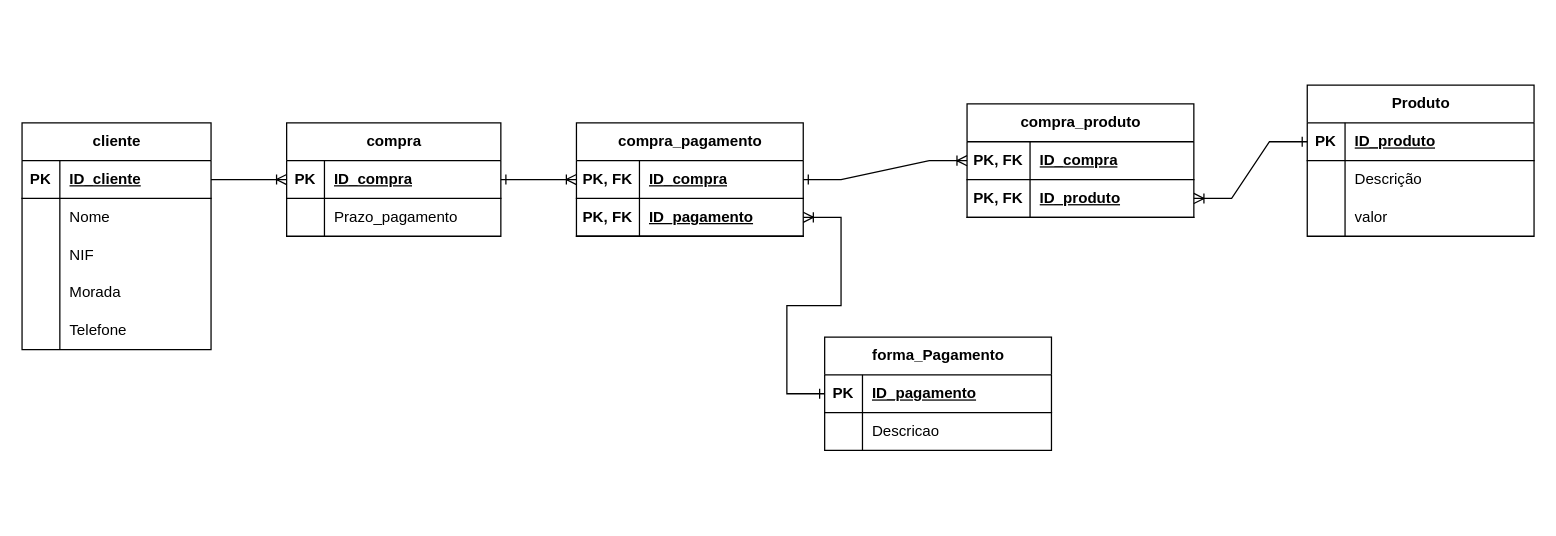
Before: BDC/PL01 next/Ex_02.drawio in AnaCarvalho77/Cesae_SoftwareDeveloper, a draw.io diagram. Source tidied: cells renumbered, new cells numbered last; positions are measured from the earlier drawing's top-left corner, leaving out a move shared by most shapes. Both pictures are drawn from the tidied source at 126%, with x=0, y=0 at pixel (21, 84).
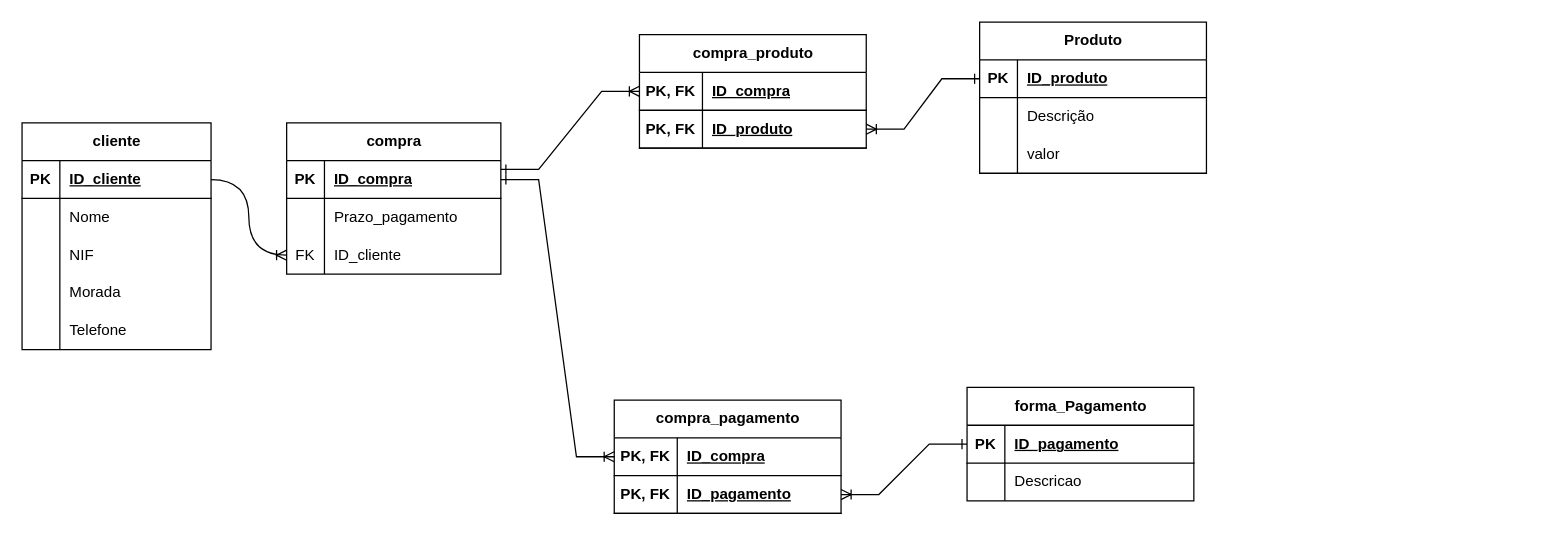
Above is the later version.

Unchanged cells that the change refers to:
```xml
<mxCell id="3" style="shape=tableRow;horizontal=0;startSize=0;swimlaneHead=0;swimlaneBody=0;fillColor=none;points=[[0,0.5],[1,0.5]];portConstraint=eastwest;top=0;left=0;right=0;bottom=1;" parent="2" vertex="1">
  <mxGeometry y="30" width="150" height="30" as="geometry" />
</mxCell>
<mxCell id="19" style="shape=tableRow;horizontal=0;startSize=0;swimlaneHead=0;swimlaneBody=0;fillColor=none;points=[[0,0.5],[1,0.5]];portConstraint=eastwest;top=0;left=0;right=0;bottom=1;" parent="18" vertex="1">
  <mxGeometry y="30" width="170" height="30" as="geometry" />
</mxCell>
<mxCell id="43" style="shape=tableRow;horizontal=0;startSize=0;swimlaneHead=0;swimlaneBody=0;fillColor=none;points=[[0,0.5],[1,0.5]];portConstraint=eastwest;top=0;left=0;right=0;bottom=1;" parent="42" vertex="1">
  <mxGeometry y="30" width="180" height="30" as="geometry" />
</mxCell>
<mxCell id="50" style="shape=tableRow;horizontal=0;startSize=0;swimlaneHead=0;swimlaneBody=0;fillColor=none;points=[[0,0.5],[1,0.5]];portConstraint=eastwest;top=0;left=0;right=0;bottom=1;" parent="49" vertex="1">
  <mxGeometry y="30" width="180" height="30" as="geometry" />
</mxCell>
```

What changed in the source:
```diff
@@
     <mxCell id="18" value="compra" style="shape=table;startSize=30;childLayout=tableLayout;rowLines=0;fontStyle=1;align=center;html=1;" parent="1" vertex="1">
-      <mxGeometry x="210" y="30" width="170" height="90" as="geometry" />
+      <mxGeometry x="210" y="30" width="170" height="120" as="geometry" />
     </mxCell>
@@
+    <mxCell id="61" style="shape=tableRow;horizontal=0;startSize=0;swimlaneHead=0;swimlaneBody=0;fillColor=none;points=[[0,0.5],[1,0.5]];portConstraint=eastwest;top=0;left=0;right=0;bottom=0;" parent="18" vertex="1">
+      <mxGeometry y="90" width="170" height="30" as="geometry" />
+    </mxCell>
+    <mxCell id="62" value="FK" style="shape=partialRectangle;fillColor=none;top=0;left=0;bottom=0;right=0;overflow=hidden;whiteSpace=wrap;html=1;" parent="61" vertex="1">
+      <mxGeometry width="30" height="30" as="geometry" />
+    </mxCell>
+    <mxCell id="63" value="ID_cliente" style="shape=partialRectangle;fillColor=none;top=0;left=0;bottom=0;right=0;align=left;spacingLeft=6;overflow=hidden;whiteSpace=wrap;html=1;" parent="61" vertex="1">
+      <mxGeometry x="30" width="140" height="30" as="geometry" />
+    </mxCell>
     <mxCell id="25" value="Produto" style="shape=table;startSize=30;childLayout=tableLayout;rowLines=0;fontStyle=1;align=center;html=1;" parent="1" vertex="1">
-      <mxGeometry x="1020" width="180" height="120" as="geometry" />
+      <mxGeometry x="760" y="-50" width="180" height="120" as="geometry" />
     </mxCell>
@@
     <mxCell id="35" value="forma_Pagamento" style="shape=table;startSize=30;childLayout=tableLayout;rowLines=0;fontStyle=1;align=center;html=1;" parent="1" vertex="1">
-      <mxGeometry x="637" y="200" width="180" height="90" as="geometry" />
+      <mxGeometry x="750" y="240" width="180" height="90" as="geometry" />
     </mxCell>
@@
     <mxCell id="42" value="compra_pagamento" style="shape=table;startSize=30;childLayout=tableLayout;rowLines=0;fontStyle=1;align=center;html=1;" parent="1" vertex="1">
-      <mxGeometry x="440" y="30" width="180" height="90" as="geometry" />
+      <mxGeometry x="470" y="250" width="180" height="90" as="geometry" />
     </mxCell>
@@
     <mxCell id="49" value="compra_produto" style="shape=table;startSize=30;childLayout=tableLayout;rowLines=0;fontStyle=1;align=center;html=1;" parent="1" vertex="1">
-      <mxGeometry x="750" y="15" width="180" height="90" as="geometry" />
+      <mxGeometry x="490" y="-40" width="180" height="90" as="geometry" />
     </mxCell>
@@
-    <mxCell id="56" style="edgeStyle=orthogonalEdgeStyle;fontSize=12;html=1;endArrow=ERoneToMany;rounded=0;exitX=1;exitY=0.5;exitDx=0;exitDy=0;curved=1;" parent="1" edge="1" source="3" target="19">
+    <mxCell id="56" style="edgeStyle=orthogonalEdgeStyle;fontSize=12;html=1;endArrow=ERoneToMany;rounded=0;exitX=1;exitY=0.5;exitDx=0;exitDy=0;curved=1;entryX=0;entryY=0.5;entryDx=0;entryDy=0;" parent="1" edge="1" source="3" target="61">
       <mxGeometry relative="1" as="geometry" />
     </mxCell>
@@
-    <mxCell id="59" style="edgeStyle=entityRelationEdgeStyle;fontSize=12;html=1;endArrow=ERoneToMany;rounded=0;startArrow=ERone;startFill=0;exitX=1;exitY=0.5;exitDx=0;exitDy=0;entryX=0;entryY=0.5;entryDx=0;entryDy=0;" parent="1" edge="1" source="43" target="50">
+    <mxCell id="59" style="edgeStyle=entityRelationEdgeStyle;fontSize=12;html=1;endArrow=ERoneToMany;rounded=0;startArrow=ERone;startFill=0;exitX=1;exitY=0.233;exitDx=0;exitDy=0;entryX=0;entryY=0.5;entryDx=0;entryDy=0;exitPerimeter=0;" parent="1" edge="1" source="19" target="50">
       <mxGeometry relative="1" as="geometry" />
     </mxCell>
```
